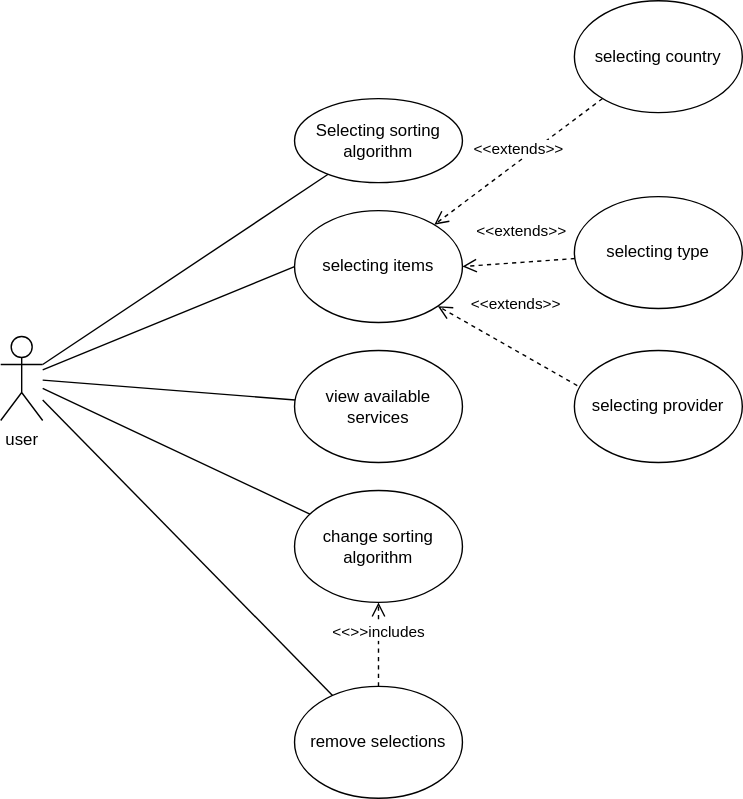
The draw.io diagram documentation/requirements/use_cases_diagram.svg in Geostartico/Trusted-list-browser, before a commit. Source tidied: cells renumbered, new cells last; positions are measured from the earlier drawing's top-left corner, leaving out a move shared by most shapes. The source it was exported from:
```xml
<mxGraphModel>
  <root>
    <mxCell id="0" />
    <mxCell id="1" parent="0" />
    <mxCell id="2" value="&lt;div&gt;user&lt;/div&gt;&lt;div&gt;&lt;br&gt;&lt;/div&gt;" style="shape=umlActor;verticalLabelPosition=bottom;verticalAlign=top;html=1;outlineConnect=0;" parent="1" vertex="1">
      <mxGeometry y="240" width="30" height="60" as="geometry" />
    </mxCell>
    <mxCell id="3" value="&lt;div&gt;Selecting sorting&lt;/div&gt;&lt;div&gt;algorithm&lt;br&gt;&lt;/div&gt;" style="ellipse;whiteSpace=wrap;html=1;" parent="1" vertex="1">
      <mxGeometry x="210" y="70" width="120" height="60" as="geometry" />
    </mxCell>
    <mxCell id="4" style="endArrow=none;html=1;rounded=0;" parent="1" edge="1" source="2" target="3">
      <mxGeometry relative="1" as="geometry" />
    </mxCell>
    <mxCell id="5" value="selecting items" style="ellipse;whiteSpace=wrap;html=1;" parent="1" vertex="1">
      <mxGeometry x="210" y="150" width="120" height="80" as="geometry" />
    </mxCell>
    <mxCell id="6" style="endArrow=none;html=1;rounded=0;entryX=0;entryY=0.5;entryDx=0;entryDy=0;" parent="1" edge="1" source="2" target="5">
      <mxGeometry relative="1" as="geometry" />
    </mxCell>
    <mxCell id="7" value="selecting country" style="ellipse;whiteSpace=wrap;html=1;" parent="1" vertex="1">
      <mxGeometry x="410" width="120" height="80" as="geometry" />
    </mxCell>
    <mxCell id="8" value="selecting type" style="ellipse;whiteSpace=wrap;html=1;" parent="1" vertex="1">
      <mxGeometry x="410" y="140" width="120" height="80" as="geometry" />
    </mxCell>
    <mxCell id="9" value="selecting provider" style="ellipse;whiteSpace=wrap;html=1;" parent="1" vertex="1">
      <mxGeometry x="410" y="250" width="120" height="80" as="geometry" />
    </mxCell>
    <mxCell id="10" value="&amp;lt;&amp;lt;extends&amp;gt;&amp;gt;" style="html=1;verticalAlign=bottom;endArrow=open;dashed=1;endSize=8;rounded=0;" parent="1" edge="1" source="7" target="5">
      <mxGeometry relative="1" as="geometry" />
    </mxCell>
    <mxCell id="11" value="&amp;lt;&amp;lt;extends&amp;gt;&amp;gt;" style="html=1;verticalAlign=bottom;endArrow=open;dashed=1;endSize=8;rounded=0;entryX=1;entryY=0.5;entryDx=0;entryDy=0;" parent="1" edge="1" source="8" target="5">
      <mxGeometry x="-0.07" y="-12" relative="1" as="geometry">
        <mxPoint y="-1" as="offset" />
      </mxGeometry>
    </mxCell>
    <mxCell id="12" value="&amp;lt;&amp;lt;extends&amp;gt;&amp;gt;" style="html=1;verticalAlign=bottom;endArrow=open;dashed=1;endSize=8;rounded=0;exitX=0.017;exitY=0.313;exitDx=0;exitDy=0;exitPerimeter=0;entryX=1;entryY=1;entryDx=0;entryDy=0;" parent="1" edge="1" source="9" target="5">
      <mxGeometry x="0.1" y="-21" relative="1" as="geometry" />
    </mxCell>
    <mxCell id="13" value="view available services" style="ellipse;whiteSpace=wrap;html=1;" parent="1" vertex="1">
      <mxGeometry x="210" y="250" width="120" height="80" as="geometry" />
    </mxCell>
    <mxCell id="14" style="endArrow=none;html=1;rounded=0;" parent="1" edge="1" source="2" target="13">
      <mxGeometry relative="1" as="geometry" />
    </mxCell>
    <mxCell id="15" value="change sorting algorithm" style="ellipse;whiteSpace=wrap;html=1;" parent="1" vertex="1">
      <mxGeometry x="210" y="350" width="120" height="80" as="geometry" />
    </mxCell>
    <mxCell id="16" style="endArrow=none;html=1;rounded=0;" parent="1" edge="1" source="2" target="15">
      <mxGeometry relative="1" as="geometry" />
    </mxCell>
    <mxCell id="17" value="remove selections" style="ellipse;whiteSpace=wrap;html=1;" parent="1" vertex="1">
      <mxGeometry x="210" y="490" width="120" height="80" as="geometry" />
    </mxCell>
    <mxCell id="18" style="endArrow=none;html=1;rounded=0;" parent="1" edge="1" source="2" target="17">
      <mxGeometry relative="1" as="geometry" />
    </mxCell>
    <mxCell id="19" value="&amp;lt;&amp;lt;&amp;gt;&amp;gt;includes" style="html=1;verticalAlign=bottom;endArrow=open;dashed=1;endSize=8;rounded=0;" parent="1" edge="1" source="17" target="15">
      <mxGeometry relative="1" as="geometry" />
    </mxCell>
  </root>
</mxGraphModel>
```
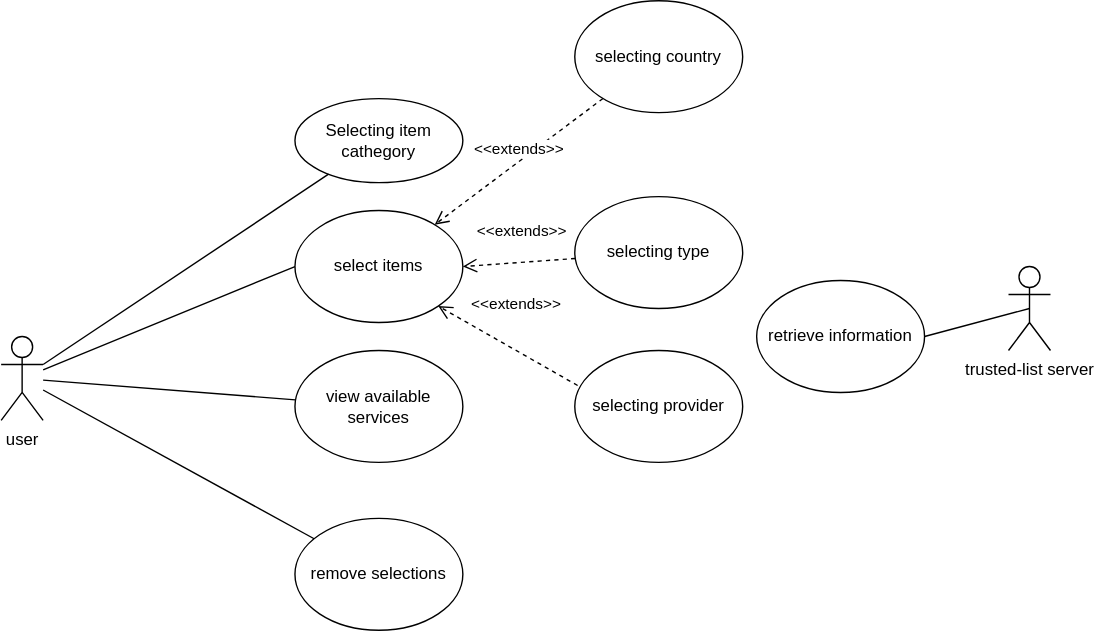
Above is the later version.

Diff of the diagram source:
```diff
@@ -5,13 +5,13 @@
     <mxCell id="2" value="&lt;div&gt;user&lt;/div&gt;&lt;div&gt;&lt;br&gt;&lt;/div&gt;" style="shape=umlActor;verticalLabelPosition=bottom;verticalAlign=top;html=1;outlineConnect=0;" parent="1" vertex="1">
       <mxGeometry y="240" width="30" height="60" as="geometry" />
     </mxCell>
-    <mxCell id="3" value="&lt;div&gt;Selecting sorting&lt;/div&gt;&lt;div&gt;algorithm&lt;br&gt;&lt;/div&gt;" style="ellipse;whiteSpace=wrap;html=1;" parent="1" vertex="1">
+    <mxCell id="3" value="Selecting item cathegory" style="ellipse;whiteSpace=wrap;html=1;" parent="1" vertex="1">
       <mxGeometry x="210" y="70" width="120" height="60" as="geometry" />
     </mxCell>
     <mxCell id="4" style="endArrow=none;html=1;rounded=0;" parent="1" edge="1" source="2" target="3">
       <mxGeometry relative="1" as="geometry" />
     </mxCell>
-    <mxCell id="5" value="selecting items" style="ellipse;whiteSpace=wrap;html=1;" parent="1" vertex="1">
+    <mxCell id="5" value="select items" style="ellipse;whiteSpace=wrap;html=1;" parent="1" vertex="1">
       <mxGeometry x="210" y="150" width="120" height="80" as="geometry" />
     </mxCell>
     <mxCell id="6" style="endArrow=none;html=1;rounded=0;entryX=0;entryY=0.5;entryDx=0;entryDy=0;" parent="1" edge="1" source="2" target="5">
@@ -43,20 +43,20 @@
     <mxCell id="14" style="endArrow=none;html=1;rounded=0;" parent="1" edge="1" source="2" target="13">
       <mxGeometry relative="1" as="geometry" />
     </mxCell>
-    <mxCell id="15" value="change sorting algorithm" style="ellipse;whiteSpace=wrap;html=1;" parent="1" vertex="1">
-      <mxGeometry x="210" y="350" width="120" height="80" as="geometry" />
-    </mxCell>
-    <mxCell id="16" style="endArrow=none;html=1;rounded=0;" parent="1" edge="1" source="2" target="15">
-      <mxGeometry relative="1" as="geometry" />
-    </mxCell>
     <mxCell id="17" value="remove selections" style="ellipse;whiteSpace=wrap;html=1;" parent="1" vertex="1">
-      <mxGeometry x="210" y="490" width="120" height="80" as="geometry" />
+      <mxGeometry x="210" y="370" width="120" height="80" as="geometry" />
     </mxCell>
     <mxCell id="18" style="endArrow=none;html=1;rounded=0;" parent="1" edge="1" source="2" target="17">
       <mxGeometry relative="1" as="geometry" />
     </mxCell>
-    <mxCell id="19" value="&amp;lt;&amp;lt;&amp;gt;&amp;gt;includes" style="html=1;verticalAlign=bottom;endArrow=open;dashed=1;endSize=8;rounded=0;" parent="1" edge="1" source="17" target="15">
-      <mxGeometry relative="1" as="geometry" />
-    </mxCell>
+    <mxCell id="20" value="trusted-list server" style="shape=umlActor;verticalLabelPosition=bottom;verticalAlign=top;html=1;outlineConnect=0;" parent="1" vertex="1">
+      <mxGeometry x="720" y="190" width="30" height="60" as="geometry" />
+    </mxCell>
+    <mxCell id="21" value="retrieve information" style="ellipse;whiteSpace=wrap;html=1;" parent="1" vertex="1">
+      <mxGeometry x="540" y="200" width="120" height="80" as="geometry" />
+    </mxCell>
+    <mxCell id="22" style="endArrow=none;html=1;rounded=0;exitX=1;exitY=0.5;exitDx=0;exitDy=0;entryX=0.5;entryY=0.5;entryDx=0;entryDy=0;entryPerimeter=0;" parent="1" edge="1" source="21" target="20">
+      <mxGeometry relative="1" as="geometry" />
+    </mxCell>
   </root>
 </mxGraphModel>
```
